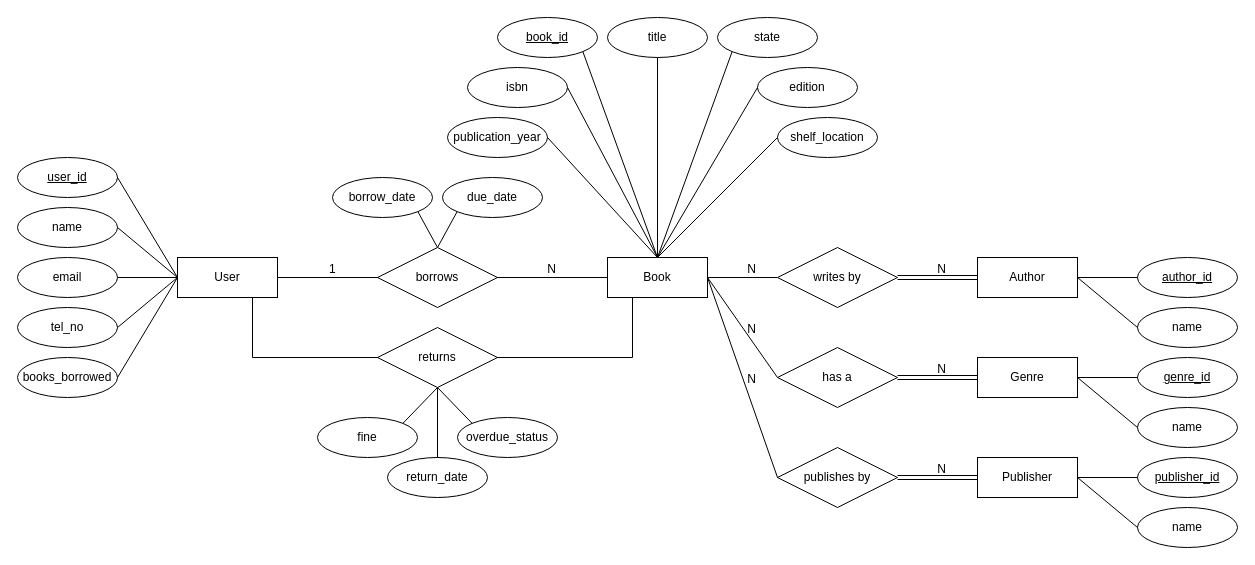
jdai01/library-management keeps this draw.io diagram as ER-diagram.drawio. Above is the earlier version. Source tidied: cells renumbered, new cells numbered last; positions are measured from the earlier drawing's top-left corner, leaving out a move shared by most shapes. Both pictures are drawn from the tidied source at 100%, with x=0, y=0 at pixel (17, 17).
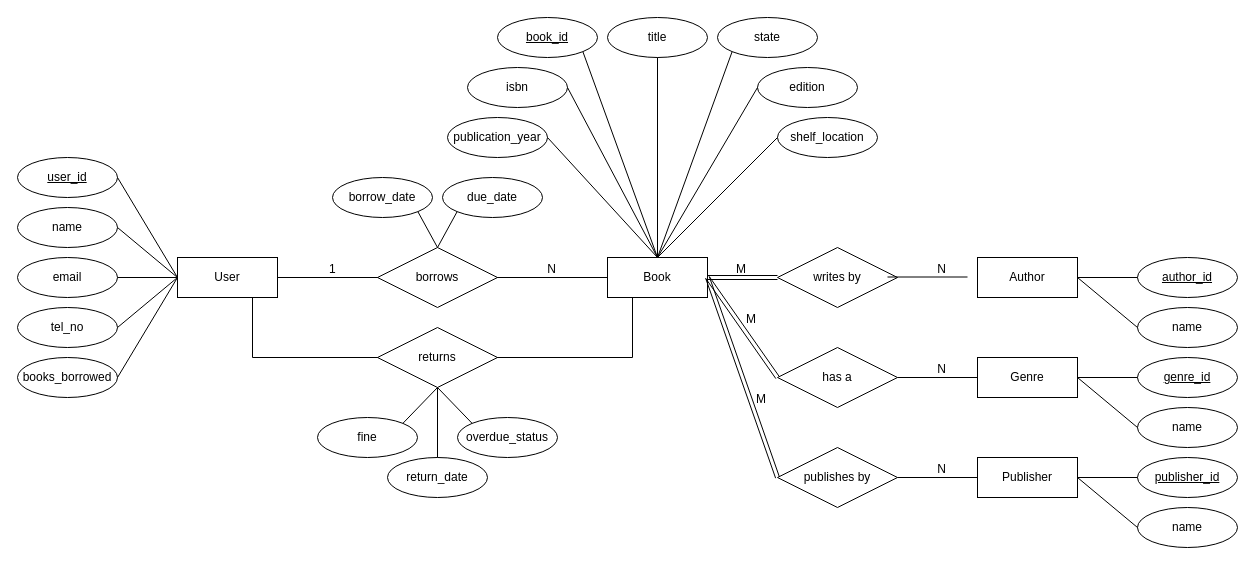
Above is the later version.

Unchanged cells that the change refers to:
```xml
<mxCell id="3" value="Book" style="whiteSpace=wrap;html=1;align=center;" parent="1" vertex="1">
  <mxGeometry x="590" y="240" width="100" height="40" as="geometry" />
</mxCell>
<mxCell id="4" value="Author" style="whiteSpace=wrap;html=1;align=center;" parent="1" vertex="1">
  <mxGeometry x="960" y="240" width="100" height="40" as="geometry" />
</mxCell>
<mxCell id="5" value="Genre" style="whiteSpace=wrap;html=1;align=center;" parent="1" vertex="1">
  <mxGeometry x="960" y="340" width="100" height="40" as="geometry" />
</mxCell>
<mxCell id="6" value="Publisher" style="whiteSpace=wrap;html=1;align=center;" parent="1" vertex="1">
  <mxGeometry x="960" y="440" width="100" height="40" as="geometry" />
</mxCell>
<mxCell id="16" value="writes by" style="shape=rhombus;perimeter=rhombusPerimeter;whiteSpace=wrap;html=1;align=center;" parent="1" vertex="1">
  <mxGeometry x="760" y="230" width="120" height="60" as="geometry" />
</mxCell>
<mxCell id="17" value="has a" style="shape=rhombus;perimeter=rhombusPerimeter;whiteSpace=wrap;html=1;align=center;" parent="1" vertex="1">
  <mxGeometry x="760" y="330" width="120" height="60" as="geometry" />
</mxCell>
<mxCell id="18" value="publishes by" style="shape=rhombus;perimeter=rhombusPerimeter;whiteSpace=wrap;html=1;align=center;" parent="1" vertex="1">
  <mxGeometry x="760" y="430" width="120" height="60" as="geometry" />
</mxCell>
```

Change to the diagram source:
```diff
@@
-    <mxCell id="44" style="shape=link;html=1;rounded=0;exitX=1;exitY=0.5;exitDx=0;exitDy=0;entryX=0;entryY=0.5;entryDx=0;entryDy=0;" parent="1" edge="1" source="16" target="4">
+    <mxCell id="44" style="shape=link;html=1;rounded=0;exitX=1;exitY=0.5;exitDx=0;exitDy=0;" parent="1" edge="1" source="3" target="16">
       <mxGeometry relative="1" as="geometry" />
     </mxCell>
-    <mxCell id="45" value="N" style="html=1;whiteSpace=wrap;align=right;verticalAlign=bottom;" parent="44" vertex="1">
+    <mxCell id="45" value="M" style="html=1;whiteSpace=wrap;align=right;verticalAlign=bottom;" parent="44" vertex="1">
       <mxGeometry x="1" relative="1" as="geometry">
         <mxPoint x="-30" as="offset" />
       </mxGeometry>
     </mxCell>
-    <mxCell id="46" style="shape=link;html=1;rounded=0;exitX=1;exitY=0.5;exitDx=0;exitDy=0;entryX=0;entryY=0.5;entryDx=0;entryDy=0;" parent="1" edge="1" source="17" target="5">
+    <mxCell id="46" style="shape=link;html=1;rounded=0;exitX=0;exitY=0.5;exitDx=0;exitDy=0;entryX=1;entryY=0.5;entryDx=0;entryDy=0;" parent="1" edge="1" source="17" target="3">
       <mxGeometry relative="1" as="geometry" />
     </mxCell>
-    <mxCell id="47" value="N" style="html=1;whiteSpace=wrap;align=right;verticalAlign=bottom;" parent="46" vertex="1">
+    <mxCell id="47" value="M" style="html=1;whiteSpace=wrap;align=right;verticalAlign=bottom;" parent="46" vertex="1">
       <mxGeometry x="1" relative="1" as="geometry">
-        <mxPoint x="-30" as="offset" />
+        <mxPoint x="50" y="50" as="offset" />
       </mxGeometry>
     </mxCell>
-    <mxCell id="48" style="shape=link;html=1;rounded=0;exitX=1;exitY=0.5;exitDx=0;exitDy=0;entryX=0;entryY=0.5;entryDx=0;entryDy=0;" parent="1" edge="1" source="18" target="6">
+    <mxCell id="48" style="shape=link;html=1;rounded=0;exitX=0;exitY=0.5;exitDx=0;exitDy=0;entryX=1;entryY=0.5;entryDx=0;entryDy=0;" parent="1" edge="1" source="18" target="3">
       <mxGeometry relative="1" as="geometry" />
     </mxCell>
-    <mxCell id="49" value="N" style="html=1;whiteSpace=wrap;align=right;verticalAlign=bottom;" parent="48" vertex="1">
+    <mxCell id="49" value="M" style="html=1;whiteSpace=wrap;align=right;verticalAlign=bottom;" parent="48" vertex="1">
       <mxGeometry x="1" relative="1" as="geometry">
-        <mxPoint x="-30" as="offset" />
+        <mxPoint x="60" y="130" as="offset" />
       </mxGeometry>
     </mxCell>
@@
-    <mxCell id="56" style="endArrow=none;html=1;rounded=0;exitX=1;exitY=0.5;exitDx=0;exitDy=0;entryX=0;entryY=0.5;entryDx=0;entryDy=0;" parent="1" edge="1" source="3" target="16">
-      <mxGeometry relative="1" as="geometry" />
+    <mxCell id="56" style="endArrow=none;html=1;rounded=0;exitX=1;exitY=0.5;exitDx=0;exitDy=0;entryX=0;entryY=0.5;entryDx=0;entryDy=0;" parent="1" edge="1">
+      <mxGeometry relative="1" as="geometry">
+        <mxPoint x="870" y="259.5" as="sourcePoint" />
+        <mxPoint x="950" y="259.5" as="targetPoint" />
+      </mxGeometry>
     </mxCell>
@@
-    <mxCell id="58" style="endArrow=none;html=1;rounded=0;exitX=1;exitY=0.5;exitDx=0;exitDy=0;entryX=0;entryY=0.5;entryDx=0;entryDy=0;" parent="1" edge="1" source="3" target="17">
+    <mxCell id="58" style="endArrow=none;html=1;rounded=0;entryX=0;entryY=0.5;entryDx=0;entryDy=0;exitX=1;exitY=0.5;exitDx=0;exitDy=0;" parent="1" edge="1" source="17" target="5">
       <mxGeometry relative="1" as="geometry" />
     </mxCell>
     <mxCell id="59" value="N" style="html=1;whiteSpace=wrap;align=right;verticalAlign=bottom;" parent="58" vertex="1">
       <mxGeometry x="1" relative="1" as="geometry">
-        <mxPoint x="-20" y="-40" as="offset" />
+        <mxPoint x="-30" as="offset" />
       </mxGeometry>
     </mxCell>
-    <mxCell id="60" style="endArrow=none;html=1;rounded=0;exitX=1;exitY=0.5;exitDx=0;exitDy=0;entryX=0;entryY=0.5;entryDx=0;entryDy=0;" parent="1" edge="1" source="3" target="18">
+    <mxCell id="60" style="endArrow=none;html=1;rounded=0;entryX=0;entryY=0.5;entryDx=0;entryDy=0;exitX=1;exitY=0.5;exitDx=0;exitDy=0;" parent="1" edge="1" source="18" target="6">
       <mxGeometry relative="1" as="geometry" />
     </mxCell>
     <mxCell id="61" value="N" style="html=1;whiteSpace=wrap;align=right;verticalAlign=bottom;" parent="60" vertex="1">
       <mxGeometry x="1" relative="1" as="geometry">
-        <mxPoint x="-20" y="-90" as="offset" />
+        <mxPoint x="-30" as="offset" />
       </mxGeometry>
     </mxCell>
```
